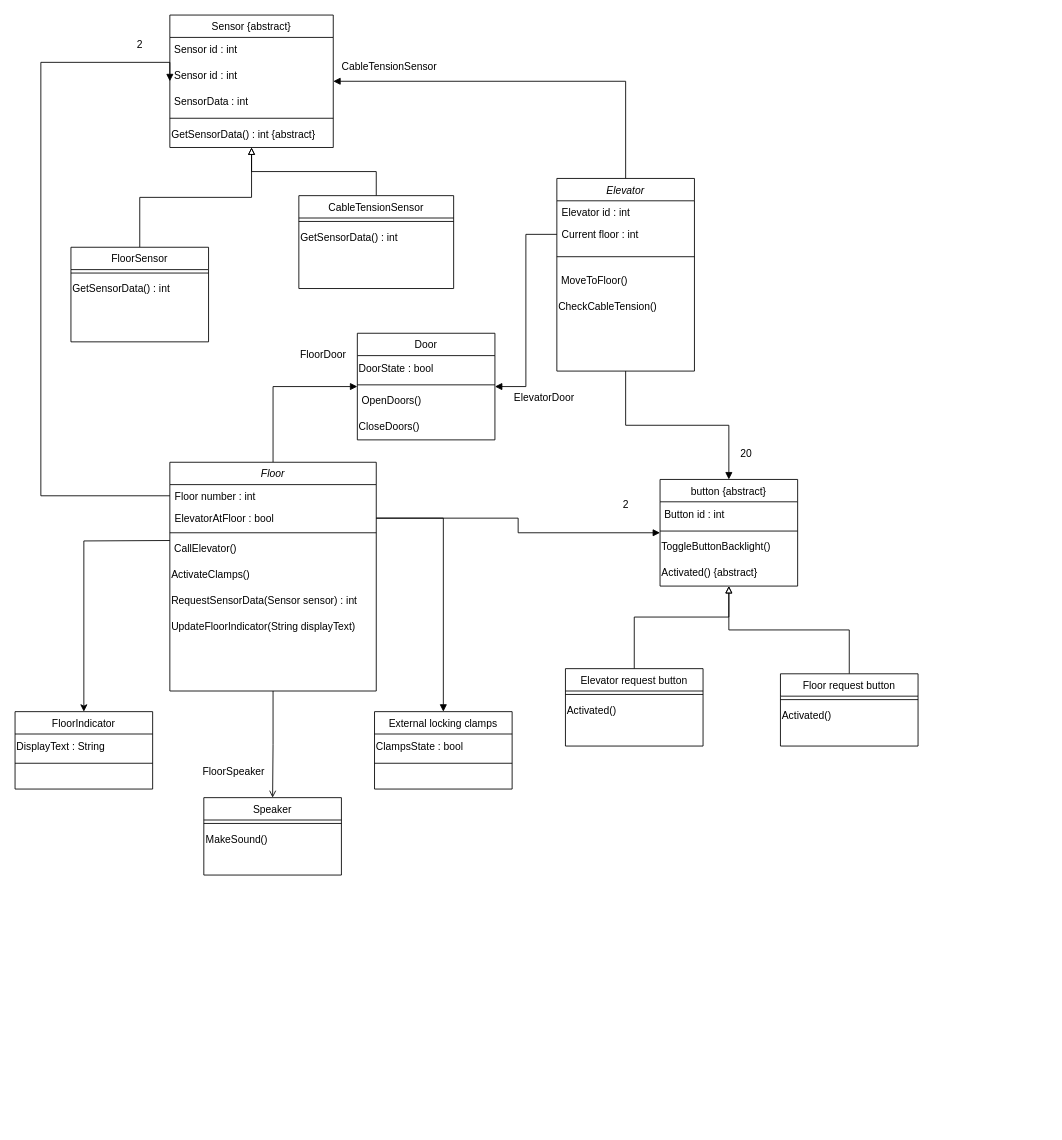
This is Sofware Design/Elevator Challenge/Klassendiagram elevator.drawio from TiemonS/Tiemon-Steeghs-Semester-3-Repository, a draw.io file, before an edit. Source tidied: cells renumbered, new cells numbered last; positions are measured from the earlier drawing's top-left corner, leaving out a move shared by most shapes. Both pictures are drawn from the tidied source at 86%, with x=0, y=0 at pixel (15, 15).
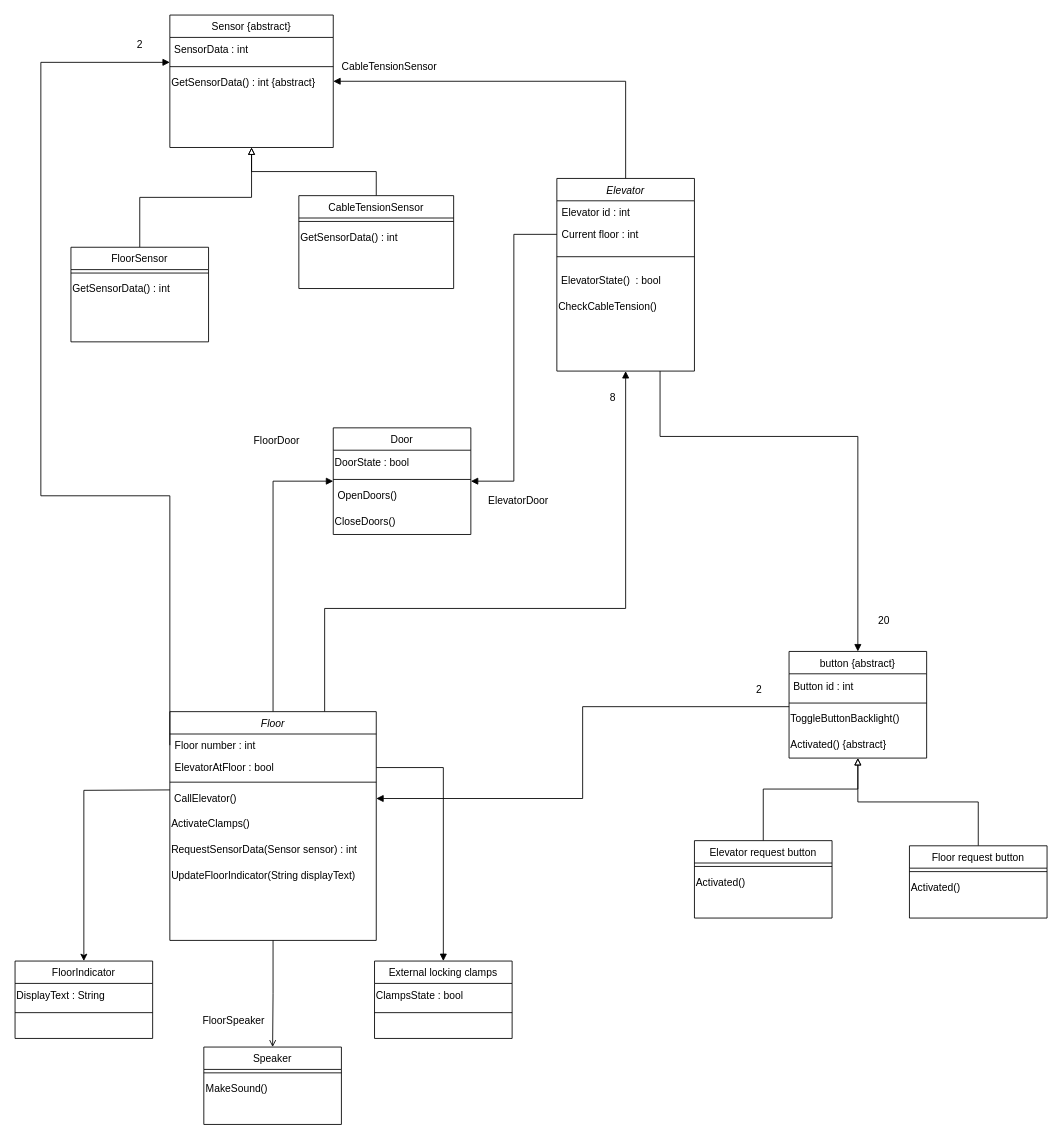
The same diagram, later.

The change refers to these unchanged cells:
```xml
<mxCell id="4" value="Elevator" style="swimlane;fontStyle=2;align=center;verticalAlign=top;horizontal=1;startSize=26;rounded=0;shadow=0;strokeWidth=1;" parent="1" vertex="1">
  <mxGeometry x="630" y="190" width="160" height="224" as="geometry" />
</mxCell>
<mxCell id="26" value="Floor number : int" style="text;align=left;verticalAlign=top;spacingLeft=4;spacingRight=4;overflow=hidden;points=[[0,0.5],[1,0.5]];portConstraint=eastwest;" parent="25" vertex="1">
  <mxGeometry y="26" width="240" height="26" as="geometry" />
</mxCell>
<mxCell id="27" value="ElevatorAtFloor : bool" style="text;align=left;verticalAlign=top;spacingLeft=4;spacingRight=4;overflow=hidden;points=[[0,0.5],[1,0.5]];portConstraint=eastwest;" parent="25" vertex="1">
  <mxGeometry y="52" width="240" height="26" as="geometry" />
</mxCell>
<mxCell id="29" value="&amp;nbsp;CallElevator()" style="text;html=1;strokeColor=none;fillColor=none;align=left;verticalAlign=middle;whiteSpace=wrap;rounded=0;" parent="25" vertex="1">
  <mxGeometry y="86" width="240" height="30" as="geometry" />
</mxCell>
<mxCell id="41" value="CableTensionSensor" style="swimlane;fontStyle=0;align=center;verticalAlign=top;horizontal=1;startSize=26;rounded=0;shadow=0;strokeWidth=1;" parent="1" vertex="1">
  <mxGeometry x="330" y="210" width="180" height="108" as="geometry" />
</mxCell>
<mxCell id="52" value="&amp;nbsp;Button id : int" style="text;html=1;align=left;verticalAlign=middle;points=[];strokeColor=none;fillColor=none;" parent="51" vertex="1">
  <mxGeometry y="26" width="160" height="30" as="geometry" />
</mxCell>
<mxCell id="57" value="Sensor {abstract}" style="swimlane;fontStyle=0;align=center;verticalAlign=top;horizontal=1;startSize=26;rounded=0;shadow=0;strokeWidth=1;" parent="1" vertex="1">
  <mxGeometry x="180" width="190" height="154" as="geometry" />
</mxCell>
```

The edit, as a diff of the source:
```diff
@@
-    <mxCell id="2" style="edgeStyle=orthogonalEdgeStyle;rounded=0;jettySize=auto;html=1;exitX=0.5;exitY=1;exitDx=0;exitDy=0;entryX=0.5;entryY=0;entryDx=0;entryDy=0;endArrow=block;endFill=1;" parent="1" edge="1" source="4" target="51">
-      <mxGeometry relative="1" as="geometry" />
+    <mxCell id="2" style="edgeStyle=orthogonalEdgeStyle;rounded=0;jettySize=auto;html=1;entryX=0.5;entryY=0;entryDx=0;entryDy=0;endArrow=block;endFill=1;exitX=0.75;exitY=1;exitDx=0;exitDy=0;" parent="1" edge="1" source="4" target="51">
+      <mxGeometry relative="1" as="geometry">
+        <Array as="points">
+          <mxPoint x="750" y="490" />
+          <mxPoint x="980" y="490" />
+        </Array>
+      </mxGeometry>
     </mxCell>
@@
-    <mxCell id="8" value="&amp;nbsp;MoveToFloor()" style="text;html=1;strokeColor=none;fillColor=none;align=left;verticalAlign=middle;whiteSpace=wrap;rounded=0;" parent="4" vertex="1">
+    <mxCell id="8" value="&amp;nbsp;ElevatorState()&amp;nbsp; : bool" style="text;html=1;strokeColor=none;fillColor=none;align=left;verticalAlign=middle;whiteSpace=wrap;rounded=0;" parent="4" vertex="1">
       <mxGeometry y="104" width="160" height="30" as="geometry" />
     </mxCell>
@@
     <mxCell id="10" value="Door" style="swimlane;fontStyle=0;align=center;verticalAlign=top;horizontal=1;startSize=26;rounded=0;shadow=0;strokeWidth=1;" parent="1" vertex="1">
-      <mxGeometry x="398" y="370" width="160" height="124" as="geometry" />
+      <mxGeometry x="370" y="480" width="160" height="124" as="geometry" />
     </mxCell>
@@
     <mxCell id="15" style="edgeStyle=orthogonalEdgeStyle;rounded=0;jettySize=auto;html=1;entryX=0.5;entryY=1;entryDx=0;entryDy=0;endArrow=block;endFill=0;" parent="1" edge="1" source="16" target="51">
       <mxGeometry relative="1" as="geometry">
         <Array as="points">
-          <mxPoint x="720" y="700" />
-          <mxPoint x="830" y="700" />
+          <mxPoint x="870" y="900" />
+          <mxPoint x="980" y="900" />
         </Array>
       </mxGeometry>
     </mxCell>
     <mxCell id="16" value="Elevator request button" style="swimlane;fontStyle=0;align=center;verticalAlign=top;horizontal=1;startSize=26;rounded=0;shadow=0;strokeWidth=1;" parent="1" vertex="1">
-      <mxGeometry x="640" y="760" width="160" height="90" as="geometry" />
+      <mxGeometry x="790" y="960" width="160" height="90" as="geometry" />
     </mxCell>
@@
     <mxCell id="20" value="Floor request button" style="swimlane;fontStyle=0;align=center;verticalAlign=top;horizontal=1;startSize=26;rounded=0;shadow=0;strokeWidth=1;" parent="1" vertex="1">
-      <mxGeometry x="890" y="766" width="160" height="84" as="geometry" />
+      <mxGeometry x="1040" y="966" width="160" height="84" as="geometry" />
     </mxCell>
@@
+    <mxCell id="73" style="edgeStyle=orthogonalEdgeStyle;rounded=0;jettySize=auto;html=1;exitX=0.75;exitY=0;exitDx=0;exitDy=0;entryX=0.5;entryY=1;entryDx=0;entryDy=0;endArrow=block;endFill=1;" parent="1" edge="1" source="25" target="4">
+      <mxGeometry relative="1" as="geometry">
+        <Array as="points">
+          <mxPoint x="360" y="690" />
+          <mxPoint x="710" y="690" />
+        </Array>
+      </mxGeometry>
+    </mxCell>
     <mxCell id="25" value="Floor" style="swimlane;fontStyle=2;align=center;verticalAlign=top;horizontal=1;startSize=26;rounded=0;shadow=0;strokeWidth=1;" parent="1" vertex="1">
-      <mxGeometry x="180" y="520" width="240" height="266" as="geometry" />
+      <mxGeometry x="180" y="810" width="240" height="266" as="geometry" />
     </mxCell>
@@
     <mxCell id="37" value="Speaker" style="swimlane;fontStyle=0;align=center;verticalAlign=top;horizontal=1;startSize=26;rounded=0;shadow=0;strokeWidth=1;" parent="1" vertex="1">
-      <mxGeometry x="219.5" y="910" width="160" height="90" as="geometry" />
+      <mxGeometry x="219.5" y="1200" width="160" height="90" as="geometry" />
     </mxCell>
@@
-    <mxCell id="40" style="edgeStyle=orthogonalEdgeStyle;rounded=0;jettySize=auto;html=1;exitX=0.5;exitY=0;exitDx=0;exitDy=0;endArrow=block;endFill=0;" parent="1" edge="1" source="41" target="62">
+    <mxCell id="40" style="edgeStyle=orthogonalEdgeStyle;rounded=0;jettySize=auto;html=1;exitX=0.5;exitY=0;exitDx=0;exitDy=0;endArrow=block;endFill=0;entryX=0.5;entryY=1;entryDx=0;entryDy=0;" parent="1" edge="1" source="41" target="57">
       <mxGeometry relative="1" as="geometry" />
     </mxCell>
@@
     <mxCell id="44" value="FloorIndicator" style="swimlane;fontStyle=0;align=center;verticalAlign=top;horizontal=1;startSize=26;rounded=0;shadow=0;strokeWidth=1;" parent="1" vertex="1">
-      <mxGeometry y="810" width="160" height="90" as="geometry" />
+      <mxGeometry y="1100" width="160" height="90" as="geometry" />
     </mxCell>
@@
     <mxCell id="47" value="External locking clamps" style="swimlane;fontStyle=0;align=center;verticalAlign=top;horizontal=1;startSize=26;rounded=0;shadow=0;strokeWidth=1;" parent="1" vertex="1">
-      <mxGeometry x="418" y="810" width="160" height="90" as="geometry" />
+      <mxGeometry x="418" y="1100" width="160" height="90" as="geometry" />
     </mxCell>
@@
     <mxCell id="50" style="edgeStyle=orthogonalEdgeStyle;rounded=0;jettySize=auto;html=1;entryX=0.5;entryY=0;entryDx=0;entryDy=0;" parent="1" edge="1" target="44">
       <mxGeometry relative="1" as="geometry">
-        <mxPoint x="180" y="611" as="sourcePoint" />
+        <mxPoint x="180" y="901" as="sourcePoint" />
       </mxGeometry>
     </mxCell>
     <mxCell id="51" value="button {abstract}" style="swimlane;fontStyle=0;align=center;verticalAlign=top;horizontal=1;startSize=26;rounded=0;shadow=0;strokeWidth=1;" parent="1" vertex="1">
-      <mxGeometry x="750" y="540" width="160" height="124" as="geometry" />
+      <mxGeometry x="900" y="740" width="160" height="124" as="geometry" />
     </mxCell>
@@
-    <mxCell id="56" style="edgeStyle=orthogonalEdgeStyle;rounded=0;jettySize=auto;html=1;exitX=1;exitY=0.5;exitDx=0;exitDy=0;entryX=0;entryY=0.5;entryDx=0;entryDy=0;endArrow=block;endFill=1;" parent="1" edge="1" source="27" target="51">
-      <mxGeometry relative="1" as="geometry" />
-    </mxCell>
@@
-    <mxCell id="58" value="&amp;nbsp;Sensor id : int" style="text;html=1;align=left;verticalAlign=middle;strokeColor=none;fillColor=none;" parent="57" vertex="1">
-      <mxGeometry y="26" width="190" height="30" as="geometry" />
-    </mxCell>
-    <mxCell id="59" value="&amp;nbsp;Sensor id : int" style="text;html=1;align=left;verticalAlign=middle;strokeColor=none;fillColor=none;" parent="57" vertex="1">
-      <mxGeometry y="56" width="190" height="30" as="geometry" />
-    </mxCell>
     <mxCell id="60" value="&amp;nbsp;SensorData : int" style="text;html=1;align=left;verticalAlign=middle;strokeColor=none;fillColor=none;" parent="57" vertex="1">
-      <mxGeometry y="86" width="190" height="30" as="geometry" />
+      <mxGeometry y="26" width="190" height="30" as="geometry" />
     </mxCell>
     <mxCell id="61" style="line;html=1;strokeWidth=1;align=left;verticalAlign=middle;spacingTop=-1;spacingLeft=3;spacingRight=3;labelPosition=right;" parent="57" vertex="1">
-      <mxGeometry y="116" width="190" height="8" as="geometry" />
+      <mxGeometry y="56" width="190" height="8" as="geometry" />
     </mxCell>
     <mxCell id="62" value="GetSensorData() : int {abstract}" style="text;html=1;align=left;verticalAlign=middle;points=[];strokeColor=none;fillColor=none;" parent="57" vertex="1">
-      <mxGeometry y="124" width="190" height="30" as="geometry" />
+      <mxGeometry y="64" width="190" height="30" as="geometry" />
     </mxCell>
@@
-    <mxCell id="64" style="edgeStyle=orthogonalEdgeStyle;rounded=0;jettySize=auto;html=1;exitX=0;exitY=0.5;exitDx=0;exitDy=0;entryX=0;entryY=0.5;entryDx=0;entryDy=0;endArrow=block;endFill=1;" parent="1" edge="1" source="26" target="57">
+    <mxCell id="64" style="edgeStyle=orthogonalEdgeStyle;rounded=0;jettySize=auto;html=1;exitX=0;exitY=0.5;exitDx=0;exitDy=0;endArrow=block;endFill=1;" parent="1" edge="1" source="26">
       <mxGeometry relative="1" as="geometry">
+        <mxPoint x="180" y="55" as="targetPoint" />
         <Array as="points">
           <mxPoint x="30" y="559" />
           <mxPoint x="30" y="55" />
         </Array>
       </mxGeometry>
     </mxCell>
@@
     <mxCell id="66" value="2" style="text;html=1;align=center;verticalAlign=middle;strokeColor=none;fillColor=none;" parent="1" vertex="1">
-      <mxGeometry x="695" y="555" width="30" height="30" as="geometry" />
+      <mxGeometry x="850" y="770" width="30" height="30" as="geometry" />
     </mxCell>
@@
     <mxCell id="68" value="FloorDoor" style="text;html=1;align=center;verticalAlign=middle;strokeColor=none;fillColor=none;" parent="1" vertex="1">
-      <mxGeometry x="318" y="380" width="80" height="30" as="geometry" />
+      <mxGeometry x="264" y="480" width="80" height="30" as="geometry" />
     </mxCell>
     <mxCell id="69" value="ElevatorDoor" style="text;html=1;align=center;verticalAlign=middle;strokeColor=none;fillColor=none;" parent="1" vertex="1">
-      <mxGeometry x="570" y="430" width="90" height="30" as="geometry" />
+      <mxGeometry x="540" y="550" width="90" height="30" as="geometry" />
     </mxCell>
     <mxCell id="70" value="20" style="text;html=1;align=center;verticalAlign=middle;strokeColor=none;fillColor=none;" parent="1" vertex="1">
-      <mxGeometry x="830" y="495" width="40" height="30" as="geometry" />
+      <mxGeometry x="990" y="690" width="40" height="30" as="geometry" />
     </mxCell>
@@
     <mxCell id="72" value="FloorSpeaker" style="text;html=1;align=center;verticalAlign=middle;strokeColor=none;fillColor=none;" parent="1" vertex="1">
-      <mxGeometry x="204" y="865" width="100" height="30" as="geometry" />
+      <mxGeometry x="204" y="1155" width="100" height="30" as="geometry" />
     </mxCell>
+    <mxCell id="56" style="edgeStyle=orthogonalEdgeStyle;rounded=0;jettySize=auto;html=1;exitX=0.001;exitY=1.274;exitDx=0;exitDy=0;entryX=1;entryY=0.5;entryDx=0;entryDy=0;endArrow=block;endFill=1;exitPerimeter=0;" parent="1" edge="1" source="52" target="29">
+      <mxGeometry relative="1" as="geometry" />
+    </mxCell>
+    <mxCell id="74" value="8" style="text;html=1;align=center;verticalAlign=middle;strokeColor=none;fillColor=none;" parent="1" vertex="1">
+      <mxGeometry x="680" y="430" width="30" height="30" as="geometry" />
+    </mxCell>
```
